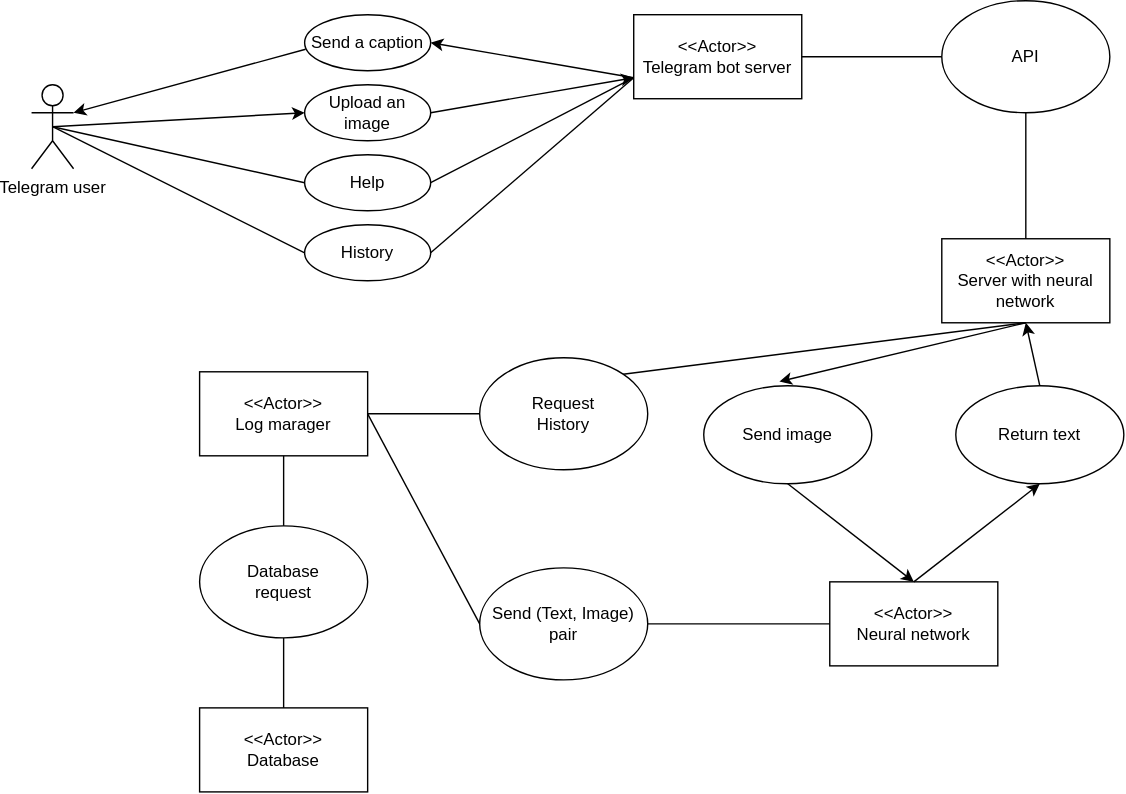
PictureInspector/Picture-Inspector keeps this draw.io diagram as use_case_diagram.svg. Above is the earlier version. Source tidied: cells renumbered, new cells last; positions are measured from the earlier drawing's top-left corner, leaving out a move shared by most shapes. Source of this version:
```xml
<mxGraphModel>
  <root>
    <mxCell id="0" />
    <mxCell id="1" parent="0" />
    <mxCell id="2" value="Telegram user" style="shape=umlActor;verticalLabelPosition=bottom;verticalAlign=top;html=1;outlineConnect=0;" parent="1" vertex="1">
      <mxGeometry y="60" width="30" height="60" as="geometry" />
    </mxCell>
    <mxCell id="3" value="&lt;span&gt;Upload an image&lt;/span&gt;" style="ellipse;whiteSpace=wrap;html=1;" parent="1" vertex="1">
      <mxGeometry x="195" y="60" width="90" height="40" as="geometry" />
    </mxCell>
    <mxCell id="4" style="endArrow=classic;html=1;exitX=0.5;exitY=0.5;exitDx=0;exitDy=0;exitPerimeter=0;entryX=0;entryY=0.5;entryDx=0;entryDy=0;" parent="1" edge="1" source="2" target="3">
      <mxGeometry relative="1" as="geometry" />
    </mxCell>
    <mxCell id="5" value="&lt;span&gt;&amp;lt;&amp;lt;Actor&amp;gt;&amp;gt;&lt;/span&gt;&lt;br&gt;&lt;span&gt;Telegram bot server&lt;/span&gt;" style="rounded=0;whiteSpace=wrap;html=1;" parent="1" vertex="1">
      <mxGeometry x="430" y="10" width="120" height="60" as="geometry" />
    </mxCell>
    <mxCell id="6" style="endArrow=classic;html=1;exitX=1;exitY=0.5;exitDx=0;exitDy=0;entryX=0;entryY=0.75;entryDx=0;entryDy=0;" parent="1" edge="1" source="3" target="5">
      <mxGeometry relative="1" as="geometry" />
    </mxCell>
    <mxCell id="7" value="&lt;span&gt;API&lt;/span&gt;" style="ellipse;whiteSpace=wrap;html=1;" parent="1" vertex="1">
      <mxGeometry x="650" width="120" height="80" as="geometry" />
    </mxCell>
    <mxCell id="8" value="&lt;span&gt;&amp;lt;&amp;lt;Actor&amp;gt;&amp;gt;&lt;/span&gt;&lt;br&gt;&lt;span&gt;Server with neural network&lt;/span&gt;" style="rounded=0;whiteSpace=wrap;html=1;" parent="1" vertex="1">
      <mxGeometry x="650" y="170" width="120" height="60" as="geometry" />
    </mxCell>
    <mxCell id="9" style="edgeStyle=orthogonalEdgeStyle;rounded=0;orthogonalLoop=1;jettySize=auto;html=1;exitX=0.5;exitY=1;exitDx=0;exitDy=0;" parent="1" edge="1">
      <mxGeometry relative="1" as="geometry">
        <mxPoint x="615" y="250" as="sourcePoint" />
        <mxPoint x="615" y="250" as="targetPoint" />
      </mxGeometry>
    </mxCell>
    <mxCell id="10" value="&lt;span&gt;&amp;lt;&amp;lt;Actor&amp;gt;&amp;gt;&lt;/span&gt;&lt;br&gt;&lt;span&gt;Neural network&lt;/span&gt;" style="rounded=0;whiteSpace=wrap;html=1;" parent="1" vertex="1">
      <mxGeometry x="570" y="415" width="120" height="60" as="geometry" />
    </mxCell>
    <mxCell id="11" value="Send image" style="ellipse;whiteSpace=wrap;html=1;" parent="1" vertex="1">
      <mxGeometry x="480" y="275" width="120" height="70" as="geometry" />
    </mxCell>
    <mxCell id="12" style="edgeStyle=orthogonalEdgeStyle;rounded=0;jettySize=auto;html=1;exitX=0.5;exitY=0;exitDx=0;exitDy=0;entryX=0.75;entryY=1;entryDx=0;entryDy=0;" parent="1" edge="1" target="8">
      <mxGeometry relative="1" as="geometry" />
    </mxCell>
    <mxCell id="13" value="Return text" style="ellipse;whiteSpace=wrap;html=1;" parent="1" vertex="1">
      <mxGeometry x="660" y="275" width="120" height="70" as="geometry" />
    </mxCell>
    <mxCell id="14" style="endArrow=classic;html=1;exitX=0.5;exitY=0;exitDx=0;exitDy=0;entryX=0.5;entryY=1;entryDx=0;entryDy=0;" parent="1" edge="1" source="10" target="13">
      <mxGeometry relative="1" as="geometry" />
    </mxCell>
    <mxCell id="15" style="endArrow=classic;html=1;exitX=0.5;exitY=1;exitDx=0;exitDy=0;" parent="1" edge="1" source="11">
      <mxGeometry relative="1" as="geometry">
        <mxPoint x="630" y="415" as="targetPoint" />
      </mxGeometry>
    </mxCell>
    <mxCell id="16" style="endArrow=classic;html=1;exitX=0.5;exitY=0;exitDx=0;exitDy=0;entryX=0.5;entryY=1;entryDx=0;entryDy=0;" parent="1" edge="1" source="13" target="8">
      <mxGeometry relative="1" as="geometry" />
    </mxCell>
    <mxCell id="17" style="endArrow=classic;html=1;exitX=0.5;exitY=1;exitDx=0;exitDy=0;entryX=0.45;entryY=-0.043;entryDx=0;entryDy=0;entryPerimeter=0;" parent="1" edge="1" source="8" target="11">
      <mxGeometry relative="1" as="geometry" />
    </mxCell>
    <mxCell id="18" value="&lt;span&gt;&amp;lt;&amp;lt;Actor&amp;gt;&amp;gt;&lt;/span&gt;&lt;br&gt;&lt;span&gt;Log marager&lt;/span&gt;" style="rounded=0;whiteSpace=wrap;html=1;" parent="1" vertex="1">
      <mxGeometry x="120" y="265" width="120" height="60" as="geometry" />
    </mxCell>
    <mxCell id="19" value="&lt;span&gt;Send (Text, Image) pair&lt;/span&gt;" style="ellipse;whiteSpace=wrap;html=1;" parent="1" vertex="1">
      <mxGeometry x="320" y="405" width="120" height="80" as="geometry" />
    </mxCell>
    <mxCell id="20" style="endArrow=none;html=1;exitX=0;exitY=0.5;exitDx=0;exitDy=0;entryX=1;entryY=0.5;entryDx=0;entryDy=0;" parent="1" edge="1" source="7" target="5">
      <mxGeometry relative="1" as="geometry" />
    </mxCell>
    <mxCell id="21" style="endArrow=none;html=1;exitX=1;exitY=0.5;exitDx=0;exitDy=0;entryX=0;entryY=0.5;entryDx=0;entryDy=0;" parent="1" edge="1" source="19" target="10">
      <mxGeometry relative="1" as="geometry" />
    </mxCell>
    <mxCell id="22" style="endArrow=none;html=1;exitX=1;exitY=0.5;exitDx=0;exitDy=0;entryX=0;entryY=0.5;entryDx=0;entryDy=0;" parent="1" edge="1" source="18" target="19">
      <mxGeometry relative="1" as="geometry" />
    </mxCell>
    <mxCell id="23" value="&lt;div&gt;Send a caption&lt;/div&gt;" style="ellipse;whiteSpace=wrap;html=1;" parent="1" vertex="1">
      <mxGeometry x="195" y="10" width="90" height="40" as="geometry" />
    </mxCell>
    <mxCell id="24" style="endArrow=classic;html=1;exitX=0;exitY=0.75;exitDx=0;exitDy=0;entryX=1;entryY=0.5;entryDx=0;entryDy=0;" parent="1" edge="1" source="5" target="23">
      <mxGeometry relative="1" as="geometry" />
    </mxCell>
    <mxCell id="25" style="endArrow=none;html=1;exitX=0.5;exitY=1;exitDx=0;exitDy=0;entryX=0.5;entryY=0;entryDx=0;entryDy=0;" parent="1" edge="1" source="7" target="8">
      <mxGeometry relative="1" as="geometry" />
    </mxCell>
    <mxCell id="26" style="endArrow=classic;html=1;exitX=0.008;exitY=0.617;exitDx=0;exitDy=0;exitPerimeter=0;entryX=1;entryY=0.3333333333333333;entryDx=0;entryDy=0;entryPerimeter=0;" parent="1" edge="1" source="23" target="2">
      <mxGeometry relative="1" as="geometry" />
    </mxCell>
    <mxCell id="27" value="&amp;lt;&amp;lt;Actor&amp;gt;&amp;gt;&lt;br&gt;Database" style="rounded=0;whiteSpace=wrap;html=1;" parent="1" vertex="1">
      <mxGeometry x="120" y="505" width="120" height="60" as="geometry" />
    </mxCell>
    <mxCell id="28" value="&lt;span&gt;Request&lt;/span&gt;&lt;br&gt;&lt;div&gt;History&lt;/div&gt;" style="ellipse;whiteSpace=wrap;html=1;" parent="1" vertex="1">
      <mxGeometry x="320" y="255" width="120" height="80" as="geometry" />
    </mxCell>
    <mxCell id="29" style="endArrow=none;html=1;entryX=0;entryY=0.5;entryDx=0;entryDy=0;exitX=1;exitY=0.5;exitDx=0;exitDy=0;" parent="1" edge="1" source="18" target="28">
      <mxGeometry relative="1" as="geometry" />
    </mxCell>
    <mxCell id="30" style="endArrow=none;html=1;entryX=0.5;entryY=1;entryDx=0;entryDy=0;exitX=1;exitY=0;exitDx=0;exitDy=0;" parent="1" edge="1" source="28" target="8">
      <mxGeometry relative="1" as="geometry" />
    </mxCell>
    <mxCell id="31" value="Database&lt;br&gt;request" style="ellipse;whiteSpace=wrap;html=1;" parent="1" vertex="1">
      <mxGeometry x="120" y="375" width="120" height="80" as="geometry" />
    </mxCell>
    <mxCell id="32" style="endArrow=none;html=1;exitX=0.5;exitY=1;exitDx=0;exitDy=0;entryX=0.5;entryY=0;entryDx=0;entryDy=0;" parent="1" edge="1" source="18" target="31">
      <mxGeometry relative="1" as="geometry" />
    </mxCell>
    <mxCell id="33" style="endArrow=none;html=1;exitX=0.5;exitY=1;exitDx=0;exitDy=0;entryX=0.5;entryY=0;entryDx=0;entryDy=0;" parent="1" edge="1" source="31" target="27">
      <mxGeometry relative="1" as="geometry" />
    </mxCell>
    <mxCell id="34" value="&lt;div&gt;History&lt;/div&gt;" style="ellipse;whiteSpace=wrap;html=1;" parent="1" vertex="1">
      <mxGeometry x="195" y="160" width="90" height="40" as="geometry" />
    </mxCell>
    <mxCell id="35" value="Help" style="ellipse;whiteSpace=wrap;html=1;" parent="1" vertex="1">
      <mxGeometry x="195" y="110" width="90" height="40" as="geometry" />
    </mxCell>
    <mxCell id="36" style="endArrow=none;html=1;exitX=1;exitY=0.5;exitDx=0;exitDy=0;entryX=0;entryY=0.75;entryDx=0;entryDy=0;" parent="1" edge="1" source="35" target="5">
      <mxGeometry relative="1" as="geometry" />
    </mxCell>
    <mxCell id="37" style="endArrow=none;html=1;exitX=1;exitY=0.5;exitDx=0;exitDy=0;entryX=0;entryY=0.75;entryDx=0;entryDy=0;" parent="1" edge="1" source="34" target="5">
      <mxGeometry relative="1" as="geometry" />
    </mxCell>
    <mxCell id="38" style="endArrow=none;html=1;exitX=0;exitY=0.5;exitDx=0;exitDy=0;entryX=0.5;entryY=0.5;entryDx=0;entryDy=0;entryPerimeter=0;" parent="1" edge="1" source="35" target="2">
      <mxGeometry relative="1" as="geometry" />
    </mxCell>
    <mxCell id="39" style="endArrow=none;html=1;exitX=0;exitY=0.5;exitDx=0;exitDy=0;entryX=0.5;entryY=0.5;entryDx=0;entryDy=0;entryPerimeter=0;" parent="1" edge="1" source="34" target="2">
      <mxGeometry relative="1" as="geometry" />
    </mxCell>
  </root>
</mxGraphModel>
```
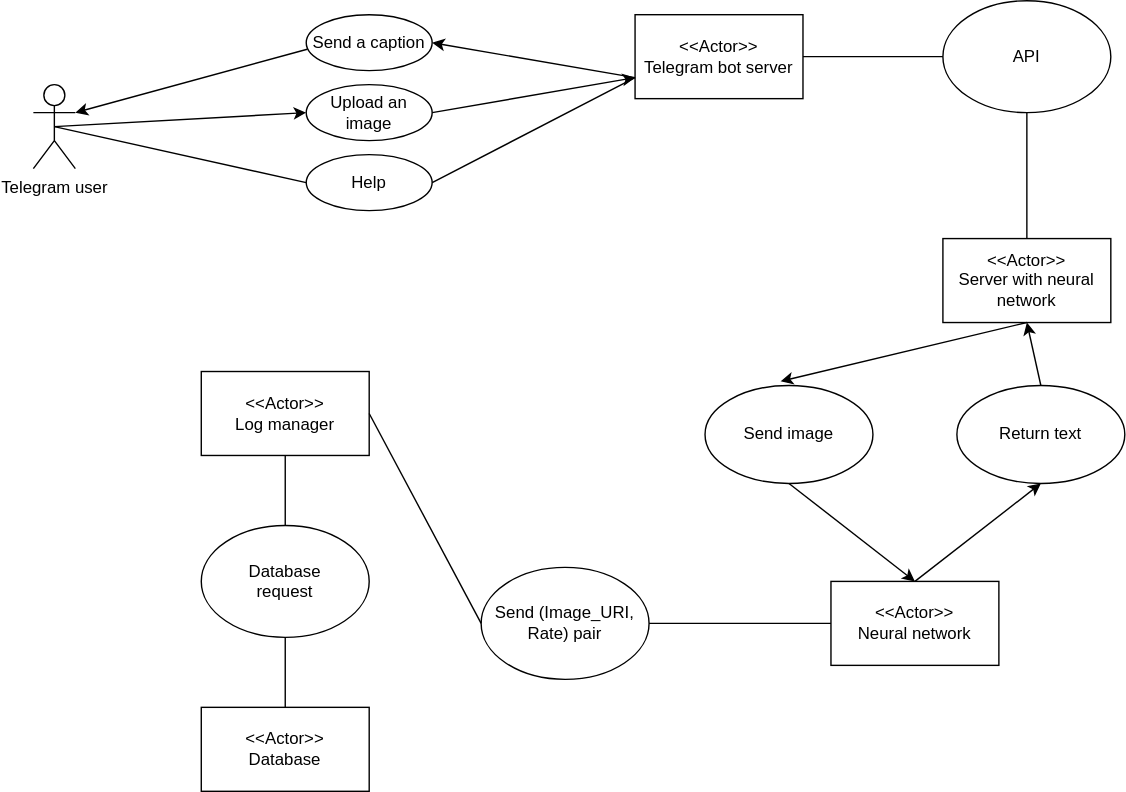
Above is the later version.

Commit message:
use case diagram updated

Diff of the diagram source:
```diff
@@ -55,10 +55,10 @@
     <mxCell id="17" style="endArrow=classic;html=1;exitX=0.5;exitY=1;exitDx=0;exitDy=0;entryX=0.45;entryY=-0.043;entryDx=0;entryDy=0;entryPerimeter=0;" parent="1" edge="1" source="8" target="11">
       <mxGeometry relative="1" as="geometry" />
     </mxCell>
-    <mxCell id="18" value="&lt;span&gt;&amp;lt;&amp;lt;Actor&amp;gt;&amp;gt;&lt;/span&gt;&lt;br&gt;&lt;span&gt;Log marager&lt;/span&gt;" style="rounded=0;whiteSpace=wrap;html=1;" parent="1" vertex="1">
+    <mxCell id="18" value="&lt;span&gt;&amp;lt;&amp;lt;Actor&amp;gt;&amp;gt;&lt;/span&gt;&lt;br&gt;&lt;span&gt;Log manager&lt;/span&gt;" style="rounded=0;whiteSpace=wrap;html=1;" parent="1" vertex="1">
       <mxGeometry x="120" y="265" width="120" height="60" as="geometry" />
     </mxCell>
-    <mxCell id="19" value="&lt;span&gt;Send (Text, Image) pair&lt;/span&gt;" style="ellipse;whiteSpace=wrap;html=1;" parent="1" vertex="1">
+    <mxCell id="19" value="&lt;span&gt;Send (Image_URI, Rate) pair&lt;/span&gt;" style="ellipse;whiteSpace=wrap;html=1;" parent="1" vertex="1">
       <mxGeometry x="320" y="405" width="120" height="80" as="geometry" />
     </mxCell>
     <mxCell id="20" style="endArrow=none;html=1;exitX=0;exitY=0.5;exitDx=0;exitDy=0;entryX=1;entryY=0.5;entryDx=0;entryDy=0;" parent="1" edge="1" source="7" target="5">
@@ -85,15 +85,6 @@
     <mxCell id="27" value="&amp;lt;&amp;lt;Actor&amp;gt;&amp;gt;&lt;br&gt;Database" style="rounded=0;whiteSpace=wrap;html=1;" parent="1" vertex="1">
       <mxGeometry x="120" y="505" width="120" height="60" as="geometry" />
     </mxCell>
-    <mxCell id="28" value="&lt;span&gt;Request&lt;/span&gt;&lt;br&gt;&lt;div&gt;History&lt;/div&gt;" style="ellipse;whiteSpace=wrap;html=1;" parent="1" vertex="1">
-      <mxGeometry x="320" y="255" width="120" height="80" as="geometry" />
-    </mxCell>
-    <mxCell id="29" style="endArrow=none;html=1;entryX=0;entryY=0.5;entryDx=0;entryDy=0;exitX=1;exitY=0.5;exitDx=0;exitDy=0;" parent="1" edge="1" source="18" target="28">
-      <mxGeometry relative="1" as="geometry" />
-    </mxCell>
-    <mxCell id="30" style="endArrow=none;html=1;entryX=0.5;entryY=1;entryDx=0;entryDy=0;exitX=1;exitY=0;exitDx=0;exitDy=0;" parent="1" edge="1" source="28" target="8">
-      <mxGeometry relative="1" as="geometry" />
-    </mxCell>
     <mxCell id="31" value="Database&lt;br&gt;request" style="ellipse;whiteSpace=wrap;html=1;" parent="1" vertex="1">
       <mxGeometry x="120" y="375" width="120" height="80" as="geometry" />
     </mxCell>
@@ -103,23 +94,14 @@
     <mxCell id="33" style="endArrow=none;html=1;exitX=0.5;exitY=1;exitDx=0;exitDy=0;entryX=0.5;entryY=0;entryDx=0;entryDy=0;" parent="1" edge="1" source="31" target="27">
       <mxGeometry relative="1" as="geometry" />
     </mxCell>
-    <mxCell id="34" value="&lt;div&gt;History&lt;/div&gt;" style="ellipse;whiteSpace=wrap;html=1;" parent="1" vertex="1">
-      <mxGeometry x="195" y="160" width="90" height="40" as="geometry" />
-    </mxCell>
     <mxCell id="35" value="Help" style="ellipse;whiteSpace=wrap;html=1;" parent="1" vertex="1">
       <mxGeometry x="195" y="110" width="90" height="40" as="geometry" />
     </mxCell>
     <mxCell id="36" style="endArrow=none;html=1;exitX=1;exitY=0.5;exitDx=0;exitDy=0;entryX=0;entryY=0.75;entryDx=0;entryDy=0;" parent="1" edge="1" source="35" target="5">
       <mxGeometry relative="1" as="geometry" />
     </mxCell>
-    <mxCell id="37" style="endArrow=none;html=1;exitX=1;exitY=0.5;exitDx=0;exitDy=0;entryX=0;entryY=0.75;entryDx=0;entryDy=0;" parent="1" edge="1" source="34" target="5">
-      <mxGeometry relative="1" as="geometry" />
-    </mxCell>
     <mxCell id="38" style="endArrow=none;html=1;exitX=0;exitY=0.5;exitDx=0;exitDy=0;entryX=0.5;entryY=0.5;entryDx=0;entryDy=0;entryPerimeter=0;" parent="1" edge="1" source="35" target="2">
       <mxGeometry relative="1" as="geometry" />
     </mxCell>
-    <mxCell id="39" style="endArrow=none;html=1;exitX=0;exitY=0.5;exitDx=0;exitDy=0;entryX=0.5;entryY=0.5;entryDx=0;entryDy=0;entryPerimeter=0;" parent="1" edge="1" source="34" target="2">
-      <mxGeometry relative="1" as="geometry" />
-    </mxCell>
   </root>
 </mxGraphModel>
```
